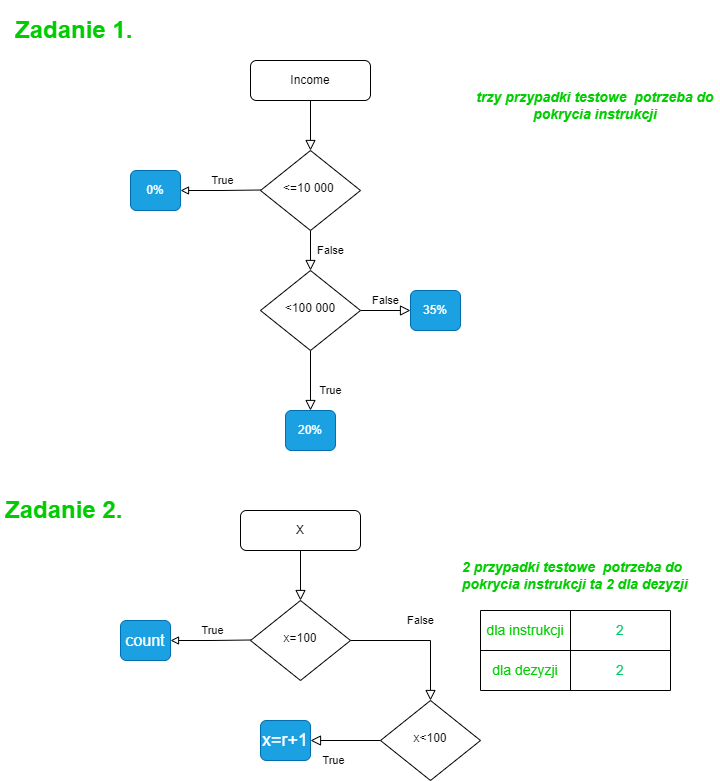
Above: Zadania_1_2.drawio.png in Soldat72/draws_and_charts (draw.io), before the change. Source tidied: cells renumbered, new cells last; positions are measured from the earlier drawing's top-left corner, leaving out a move shared by most shapes.
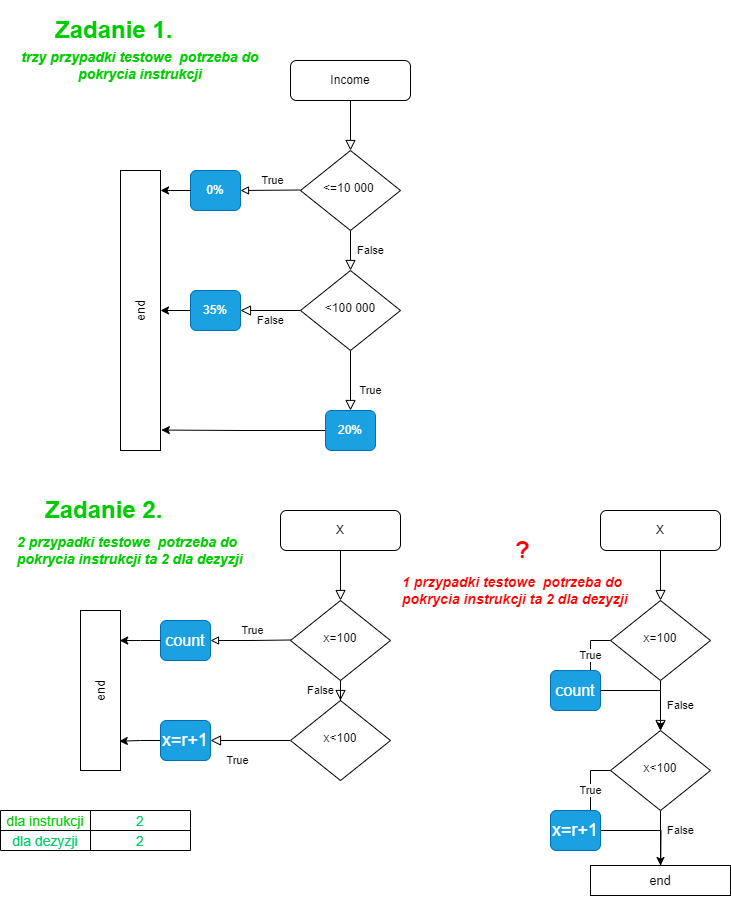
After the change.

The edit, as a diff of the source:
```diff
@@ -2,10 +2,9 @@
   <root>
     <mxCell id="0" />
     <mxCell id="1" parent="0" />
-    <mxCell id="2" value="True" style="endArrow=block;html=1;rounded=0;edgeStyle=orthogonalEdgeStyle;endFill=0;" parent="1" edge="1">
+    <mxCell id="2" value="True" style="endArrow=block;html=1;rounded=0;edgeStyle=orthogonalEdgeStyle;endFill=0;entryX=1;entryY=0.5;entryDx=0;entryDy=0;" parent="1" edge="1" target="12">
       <mxGeometry x="-0.07" y="-10" relative="1" as="geometry">
         <mxPoint x="260" y="179.5" as="sourcePoint" />
-        <mxPoint x="180" y="180" as="targetPoint" />
       </mxGeometry>
     </mxCell>
     <mxCell id="3" style="rounded=0;html=1;jettySize=auto;fontSize=11;endArrow=block;endFill=0;endSize=8;strokeWidth=1;shadow=0;labelBackgroundColor=none;edgeStyle=orthogonalEdgeStyle;" parent="1" edge="1" source="4" target="6">
@@ -29,17 +28,23 @@
     <mxCell id="9" value="&amp;lt;100 000" style="rhombus;whiteSpace=wrap;html=1;shadow=0;fontFamily=Helvetica;fontSize=12;align=center;strokeWidth=1;spacing=6;spacingTop=-4;" parent="1" vertex="1">
       <mxGeometry x="260" y="260" width="100" height="80" as="geometry" />
     </mxCell>
+    <mxCell id="35" style="edgeStyle=orthogonalEdgeStyle;rounded=0;jettySize=auto;html=1;entryX=1.02;entryY=0.927;entryDx=0;entryDy=0;entryPerimeter=0;" parent="1" edge="1" source="10" target="38">
+      <mxGeometry relative="1" as="geometry" />
+    </mxCell>
     <mxCell id="10" value="20%" style="rounded=1;whiteSpace=wrap;html=1;fontSize=12;glass=0;strokeWidth=1;shadow=0;fillColor=#1ba1e2;fontColor=#ffffff;strokeColor=#006EAF;imageWidth=24;imageHeight=24;" parent="1" vertex="1">
       <mxGeometry x="285" y="400" width="50" height="40" as="geometry" />
     </mxCell>
+    <mxCell id="36" style="edgeStyle=orthogonalEdgeStyle;rounded=0;jettySize=auto;html=1;entryX=1;entryY=0.5;entryDx=0;entryDy=0;" parent="1" edge="1" source="11" target="38">
+      <mxGeometry relative="1" as="geometry" />
+    </mxCell>
     <mxCell id="11" value="35%" style="rounded=1;whiteSpace=wrap;html=1;fontSize=12;glass=0;strokeWidth=1;shadow=0;fillColor=#1ba1e2;fontColor=#ffffff;strokeColor=#006EAF;imageWidth=24;imageHeight=24;" parent="1" vertex="1">
-      <mxGeometry x="410" y="280" width="50" height="40" as="geometry" />
+      <mxGeometry x="150" y="280" width="50" height="40" as="geometry" />
     </mxCell>
     <mxCell id="12" value="0%" style="rounded=1;whiteSpace=wrap;html=1;fontSize=12;fillColor=#1ba1e2;fontColor=#ffffff;strokeColor=#006EAF;imageWidth=24;imageHeight=24;" parent="1" vertex="1">
-      <mxGeometry x="130" y="160" width="50" height="40" as="geometry" />
+      <mxGeometry x="150" y="160" width="50" height="40" as="geometry" />
     </mxCell>
     <mxCell id="13" value="&lt;b style=&quot;font-size: 14px;&quot;&gt;&lt;i style=&quot;font-size: 14px;&quot;&gt;trzy przypadki testowe &amp;nbsp;potrzeba do pokrycia instrukcji&lt;/i&gt;&lt;/b&gt;" style="text;html=1;align=center;verticalAlign=middle;whiteSpace=wrap;rounded=0;fontColor=#00CC00;fontSize=14;" parent="1" vertex="1">
-      <mxGeometry x="470" y="80" width="250" height="30" as="geometry" />
+      <mxGeometry x="-25" y="40" width="250" height="30" as="geometry" />
     </mxCell>
     <mxCell id="14" value="&lt;h1&gt;Zadanie 1.&lt;/h1&gt;" style="text;html=1;spacing=5;spacingTop=-20;whiteSpace=wrap;overflow=hidden;rounded=0;fontColor=#00CC00;" parent="1" vertex="1">
       <mxGeometry x="10" width="190" height="40" as="geometry" />
@@ -66,46 +71,102 @@
       <mxGeometry x="0.33" y="20" relative="1" as="geometry" />
     </mxCell>
     <mxCell id="21" value="x&amp;lt;100" style="rhombus;whiteSpace=wrap;html=1;shadow=0;fontFamily=Helvetica;fontSize=12;align=center;strokeWidth=1;spacing=6;spacingTop=-4;" parent="1" vertex="1">
-      <mxGeometry x="380" y="690" width="100" height="80" as="geometry" />
+      <mxGeometry x="250" y="690" width="100" height="80" as="geometry" />
     </mxCell>
+    <mxCell id="37" style="edgeStyle=orthogonalEdgeStyle;rounded=0;jettySize=auto;html=1;entryX=0.97;entryY=0.817;entryDx=0;entryDy=0;entryPerimeter=0;" parent="1" edge="1" source="22" target="40">
+      <mxGeometry relative="1" as="geometry" />
+    </mxCell>
     <mxCell id="22" value="x=r+1" style="rounded=1;whiteSpace=wrap;html=1;fontSize=18;glass=0;strokeWidth=1;shadow=0;fillColor=#1ba1e2;fontColor=#ffffff;strokeColor=#006EAF;imageWidth=24;imageHeight=24;" parent="1" vertex="1">
-      <mxGeometry x="260" y="710" width="50" height="40" as="geometry" />
+      <mxGeometry x="120" y="710" width="50" height="40" as="geometry" />
     </mxCell>
     <mxCell id="23" value="count" style="rounded=1;whiteSpace=wrap;html=1;fontSize=16;fillColor=#1ba1e2;fontColor=#ffffff;strokeColor=#006EAF;imageWidth=24;imageHeight=24;" parent="1" vertex="1">
       <mxGeometry x="120" y="610" width="50" height="40" as="geometry" />
     </mxCell>
     <mxCell id="24" value="&lt;b style=&quot;font-size: 14px;&quot;&gt;&lt;i style=&quot;font-size: 14px;&quot;&gt;2 przypadki testowe &amp;nbsp;potrzeba do pokrycia instrukcji ta 2 dla dezyzji&lt;br&gt;&lt;/i&gt;&lt;/b&gt;" style="text;html=1;align=left;verticalAlign=middle;whiteSpace=wrap;rounded=0;fontColor=#00CC00;fontSize=14;" parent="1" vertex="1">
-      <mxGeometry x="460" y="530" width="250" height="70" as="geometry" />
+      <mxGeometry x="-25" y="520" width="250" height="40" as="geometry" />
     </mxCell>
     <mxCell id="25" value="&lt;h1&gt;Zadanie 2.&lt;/h1&gt;" style="text;html=1;spacing=5;spacingTop=-20;whiteSpace=wrap;overflow=hidden;rounded=0;fontColor=#00CC00;" parent="1" vertex="1">
       <mxGeometry y="480" width="190" height="40" as="geometry" />
     </mxCell>
-    <mxCell id="26" style="shape=table;startSize=0;fontSize=15;" parent="1" vertex="1">
-      <mxGeometry x="480" y="600" width="190" height="80" as="geometry" />
+    <mxCell id="26" style="shape=table;startSize=0;fontSize=15;fontColor=#009900;" parent="1" vertex="1">
+      <mxGeometry x="-40" y="800" width="190" height="40" as="geometry" />
     </mxCell>
     <mxCell id="27" style="shape=tableRow;horizontal=0;startSize=0;swimlaneHead=0;swimlaneBody=0;strokeColor=inherit;top=0;left=0;bottom=0;right=0;fillColor=none;" parent="26" vertex="1">
-      <mxGeometry width="190" height="40" as="geometry" />
+      <mxGeometry width="190" height="20" as="geometry" />
     </mxCell>
     <mxCell id="28" value="&lt;font color=&quot;#00cc00&quot; style=&quot;font-size: 14px;&quot;&gt;dla instrukcji&lt;/font&gt;" style="shape=partialRectangle;html=1;whiteSpace=wrap;strokeColor=inherit;overflow=hidden;fillColor=none;top=0;left=0;bottom=0;right=0;fontSize=14;" parent="27" vertex="1">
-      <mxGeometry width="90" height="40" as="geometry" />
+      <mxGeometry width="90" height="20" as="geometry" />
     </mxCell>
-    <mxCell id="29" value="&lt;font color=&quot;#00cc66&quot; style=&quot;font-size: 14px;&quot;&gt;2&lt;/font&gt;" style="shape=partialRectangle;html=1;whiteSpace=wrap;strokeColor=inherit;overflow=hidden;fillColor=none;top=0;left=0;bottom=0;right=0;fontSize=14;" parent="27" vertex="1">
-      <mxGeometry x="90" width="100" height="40" as="geometry" />
+    <mxCell id="29" value="&lt;font color=&quot;#00cc66&quot; style=&quot;font-size: 14px;&quot;&gt;2&lt;/font&gt;" style="shape=partialRectangle;html=1;whiteSpace=wrap;strokeColor=inherit;overflow=hidden;fillColor=none;top=0;left=0;bottom=0;right=0;fontSize=14;labelBackgroundColor=default;" parent="27" vertex="1">
+      <mxGeometry x="90" width="100" height="20" as="geometry" />
     </mxCell>
     <mxCell id="30" style="shape=tableRow;horizontal=0;startSize=0;swimlaneHead=0;swimlaneBody=0;strokeColor=inherit;top=0;left=0;bottom=0;right=0;fillColor=none;" parent="26" vertex="1">
-      <mxGeometry y="40" width="190" height="40" as="geometry" />
+      <mxGeometry y="20" width="190" height="20" as="geometry" />
     </mxCell>
-    <mxCell id="31" style="shape=partialRectangle;html=1;whiteSpace=wrap;strokeColor=inherit;overflow=hidden;fillColor=none;top=0;left=0;bottom=0;right=0;" parent="30" vertex="1">
-      <mxGeometry width="90" height="40" as="geometry" />
+    <mxCell id="31" value="&lt;font color=&quot;#00cc66&quot;&gt;dla dezyzji&lt;/font&gt;" style="shape=partialRectangle;html=1;whiteSpace=wrap;strokeColor=inherit;overflow=hidden;fillColor=none;top=0;left=0;bottom=0;right=0;fontColor=#009900;fontSize=14;" parent="30" vertex="1">
+      <mxGeometry width="90" height="20" as="geometry" />
     </mxCell>
-    <mxCell id="32" style="shape=partialRectangle;html=1;whiteSpace=wrap;strokeColor=inherit;overflow=hidden;fillColor=none;top=0;left=0;bottom=0;right=0;" parent="30" vertex="1">
-      <mxGeometry x="90" width="100" height="40" as="geometry" />
+    <mxCell id="32" value="&lt;font color=&quot;#00cc66&quot;&gt;2&lt;/font&gt;" style="shape=partialRectangle;html=1;whiteSpace=wrap;strokeColor=inherit;overflow=hidden;fillColor=none;top=0;left=0;bottom=0;right=0;fontColor=#009900;fontSize=14;" parent="30" vertex="1">
+      <mxGeometry x="90" width="100" height="20" as="geometry" />
     </mxCell>
-    <mxCell id="33" value="&lt;font color=&quot;#00cc00&quot; style=&quot;font-size: 14px;&quot;&gt;dla dezyzji&lt;/font&gt;" style="shape=partialRectangle;html=1;whiteSpace=wrap;strokeColor=inherit;overflow=hidden;fillColor=none;top=0;left=0;bottom=0;right=0;fontSize=14;" parent="1" vertex="1">
-      <mxGeometry x="480" y="640" width="90" height="40" as="geometry" />
-    </mxCell>
-    <mxCell id="34" value="&lt;font color=&quot;#00cc66&quot; style=&quot;font-size: 14px;&quot;&gt;2&lt;/font&gt;" style="shape=partialRectangle;html=1;whiteSpace=wrap;strokeColor=inherit;overflow=hidden;fillColor=none;top=0;left=0;bottom=0;right=0;fontSize=14;" parent="1" vertex="1">
-      <mxGeometry x="570" y="640" width="100" height="40" as="geometry" />
-    </mxCell>
+    <mxCell id="38" value="end" style="rounded=0;whiteSpace=wrap;html=1;textDirection=rtl;fontSize=13;direction=east;flipV=0;flipH=0;rotation=0;horizontal=0;" parent="1" vertex="1">
+      <mxGeometry x="80" y="160" width="40" height="280" as="geometry" />
+    </mxCell>
+    <mxCell id="39" style="edgeStyle=orthogonalEdgeStyle;rounded=0;jettySize=auto;html=1;entryX=1;entryY=0.071;entryDx=0;entryDy=0;entryPerimeter=0;" parent="1" edge="1" source="12" target="38">
+      <mxGeometry relative="1" as="geometry" />
+    </mxCell>
+    <mxCell id="40" value="end" style="rounded=0;whiteSpace=wrap;html=1;textDirection=rtl;fontSize=13;direction=east;flipV=0;flipH=0;rotation=0;horizontal=0;" parent="1" vertex="1">
+      <mxGeometry x="40" y="600" width="40" height="160" as="geometry" />
+    </mxCell>
+    <mxCell id="41" style="edgeStyle=orthogonalEdgeStyle;rounded=0;jettySize=auto;html=1;entryX=0.98;entryY=0.188;entryDx=0;entryDy=0;entryPerimeter=0;" parent="1" edge="1" source="23" target="40">
+      <mxGeometry relative="1" as="geometry" />
+    </mxCell>
+    <mxCell id="42" style="rounded=0;html=1;jettySize=auto;fontSize=11;endArrow=block;endFill=0;endSize=8;strokeWidth=1;shadow=0;labelBackgroundColor=none;edgeStyle=orthogonalEdgeStyle;" parent="1" edge="1" source="43" target="46">
+      <mxGeometry relative="1" as="geometry" />
+    </mxCell>
+    <mxCell id="43" value="X" style="rounded=1;whiteSpace=wrap;html=1;fontSize=12;glass=0;strokeWidth=1;shadow=0;" parent="1" vertex="1">
+      <mxGeometry x="560" y="500" width="120" height="40" as="geometry" />
+    </mxCell>
+    <mxCell id="44" value="False" style="rounded=0;html=1;jettySize=auto;fontSize=11;endArrow=block;endFill=0;endSize=8;strokeWidth=1;shadow=0;labelBackgroundColor=none;edgeStyle=orthogonalEdgeStyle;" parent="1" edge="1" source="46" target="49">
+      <mxGeometry y="20" relative="1" as="geometry" />
+    </mxCell>
+    <mxCell id="45" value="True" style="edgeStyle=orthogonalEdgeStyle;rounded=0;jettySize=auto;html=1;" parent="1" edge="1" source="46" target="50">
+      <mxGeometry relative="1" as="geometry" />
+    </mxCell>
+    <mxCell id="46" value="x=100" style="rhombus;whiteSpace=wrap;html=1;shadow=0;fontFamily=Helvetica;fontSize=12;align=center;strokeWidth=1;spacing=6;spacingTop=-4;" parent="1" vertex="1">
+      <mxGeometry x="570" y="590" width="100" height="80" as="geometry" />
+    </mxCell>
+    <mxCell id="47" value="True" style="edgeStyle=orthogonalEdgeStyle;rounded=0;jettySize=auto;html=1;entryX=0.6;entryY=0.25;entryDx=0;entryDy=0;entryPerimeter=0;" parent="1" edge="1" source="49" target="52">
+      <mxGeometry relative="1" as="geometry" />
+    </mxCell>
+    <mxCell id="48" value="False" style="edgeStyle=orthogonalEdgeStyle;rounded=0;jettySize=auto;html=1;" parent="1" edge="1" source="49" target="53">
+      <mxGeometry x="-0.27" y="20" relative="1" as="geometry" />
+    </mxCell>
+    <mxCell id="49" value="x&amp;lt;100" style="rhombus;whiteSpace=wrap;html=1;shadow=0;fontFamily=Helvetica;fontSize=12;align=center;strokeWidth=1;spacing=6;spacingTop=-4;" parent="1" vertex="1">
+      <mxGeometry x="570" y="720" width="100" height="80" as="geometry" />
+    </mxCell>
+    <mxCell id="50" value="count" style="rounded=1;whiteSpace=wrap;html=1;fontSize=16;fillColor=#1ba1e2;fontColor=#ffffff;strokeColor=#006EAF;imageWidth=24;imageHeight=24;" parent="1" vertex="1">
+      <mxGeometry x="510" y="660" width="50" height="40" as="geometry" />
+    </mxCell>
+    <mxCell id="51" style="edgeStyle=orthogonalEdgeStyle;rounded=0;jettySize=auto;html=1;" parent="1" edge="1" source="52">
+      <mxGeometry relative="1" as="geometry">
+        <mxPoint x="620" y="880" as="targetPoint" />
+      </mxGeometry>
+    </mxCell>
+    <mxCell id="52" value="x=r+1" style="rounded=1;whiteSpace=wrap;html=1;fontSize=18;glass=0;strokeWidth=1;shadow=0;fillColor=#1ba1e2;fontColor=#ffffff;strokeColor=#006EAF;imageWidth=24;imageHeight=24;" parent="1" vertex="1">
+      <mxGeometry x="510" y="800" width="50" height="40" as="geometry" />
+    </mxCell>
+    <mxCell id="53" value="end" style="rounded=0;whiteSpace=wrap;html=1;textDirection=rtl;fontSize=13;direction=east;flipV=0;flipH=0;rotation=90;horizontal=0;" parent="1" vertex="1">
+      <mxGeometry x="605" y="800" width="30" height="140" as="geometry" />
+    </mxCell>
+    <mxCell id="54" style="edgeStyle=orthogonalEdgeStyle;rounded=0;jettySize=auto;html=1;" parent="1" edge="1" source="50" target="49">
+      <mxGeometry relative="1" as="geometry" />
+    </mxCell>
+    <mxCell id="55" value="&lt;b style=&quot;font-size: 14px;&quot;&gt;&lt;i style=&quot;font-size: 14px;&quot;&gt;&lt;font&gt;1 przypadki testowe &amp;nbsp;potrzeba do pokrycia instrukcji ta 2 dla dezyzji&lt;/font&gt;&lt;br&gt;&lt;/i&gt;&lt;/b&gt;" style="text;html=1;align=left;verticalAlign=middle;whiteSpace=wrap;rounded=0;fontColor=#FF0000;fontSize=14;" parent="1" vertex="1">
+      <mxGeometry x="360" y="560" width="250" height="40" as="geometry" />
+    </mxCell>
+    <mxCell id="56" value="&lt;h1&gt;?&lt;/h1&gt;" style="text;html=1;strokeColor=none;fillColor=none;spacing=5;spacingTop=-20;whiteSpace=wrap;overflow=hidden;rounded=0;fontColor=#FF0000;" parent="1" vertex="1">
+      <mxGeometry x="470" y="520" width="40" height="40" as="geometry" />
+    </mxCell>
   </root>
 </mxGraphModel>
```
